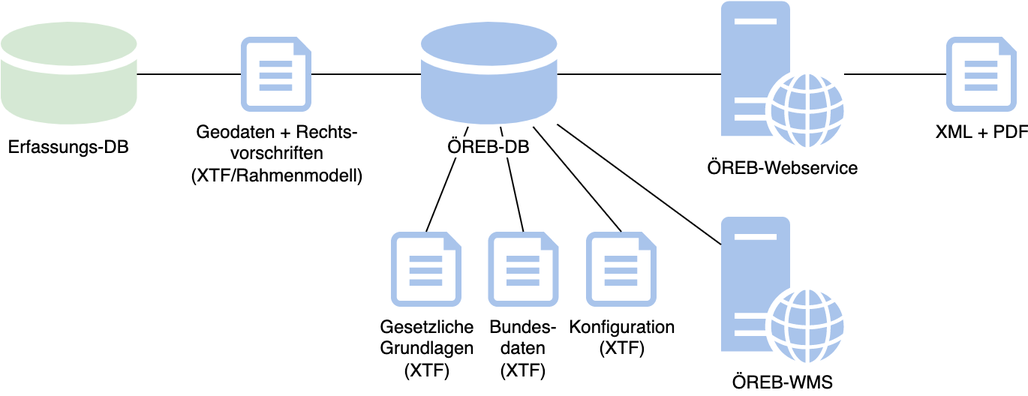
edigonzales/sogeo.services.ng keeps this draw.io diagram as assets/images/oerebk_richtig_gemacht_p01/oerebkataster_overview.png. Above is the earlier version. Source tidied: cells renumbered, new cells last; positions are measured from the earlier drawing's top-left corner, leaving out a move shared by most shapes.
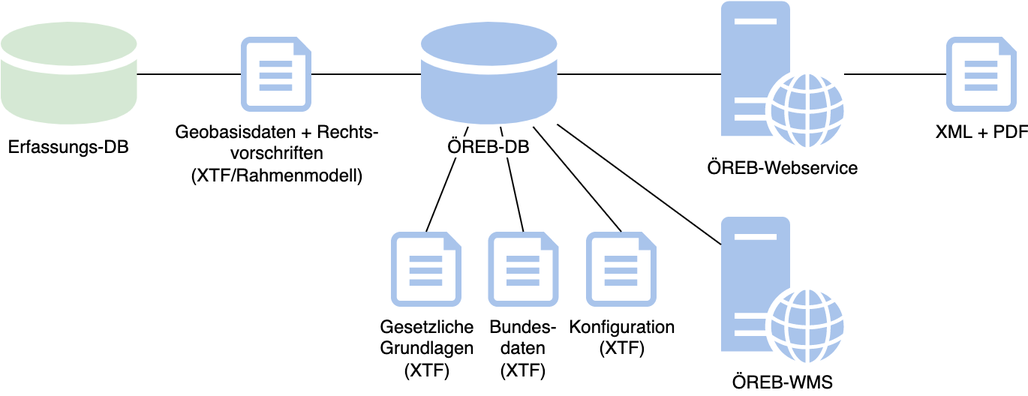
After the commit.

Diff of the diagram source:
```diff
@@ -26,7 +26,7 @@
     <mxCell id="9" value="Konfiguration&lt;br&gt;(XTF)" style="sketch=0;shadow=0;dashed=0;html=1;strokeColor=none;labelPosition=center;verticalLabelPosition=bottom;verticalAlign=top;align=center;fillColor=#A9C4EB;shape=mxgraph.azure.file;" parent="1" vertex="1">
       <mxGeometry x="390" y="154" width="47" height="50" as="geometry" />
     </mxCell>
-    <mxCell id="10" value="Geodaten + Rechts-&lt;br&gt;vorschriften&lt;br&gt;(XTF/Rahmenmodell)" style="sketch=0;shadow=0;dashed=0;html=1;strokeColor=none;labelPosition=center;verticalLabelPosition=bottom;verticalAlign=top;align=center;fillColor=#A9C4EB;shape=mxgraph.azure.file;" parent="1" vertex="1">
+    <mxCell id="10" value="Geobasisdaten + Rechts-&lt;br&gt;vorschriften&lt;br&gt;(XTF/Rahmenmodell)" style="sketch=0;shadow=0;dashed=0;html=1;strokeColor=none;labelPosition=center;verticalLabelPosition=bottom;verticalAlign=top;align=center;fillColor=#A9C4EB;shape=mxgraph.azure.file;" parent="1" vertex="1">
       <mxGeometry x="160" y="24" width="47" height="50" as="geometry" />
     </mxCell>
     <mxCell id="11" style="endArrow=none;html=1;rounded=0;entryX=0;entryY=0.5;entryDx=0;entryDy=0;entryPerimeter=0;" parent="1" edge="1" source="4" target="10">
```
